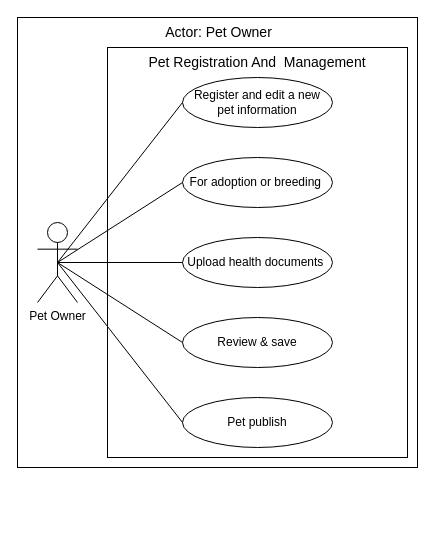
Above: page "Figure-2" (2 of 10) of USE-CASE_Diagram_Franco.drawio in Chels013/Breedr-Diagrams (draw.io), before the change. Source tidied: cells renumbered, new cells numbered last; positions are measured from the earlier drawing's top-left corner, leaving out a move shared by most shapes. Both pictures are drawn from the tidied source at 100%, with x=0, y=0 at pixel (17, 17).
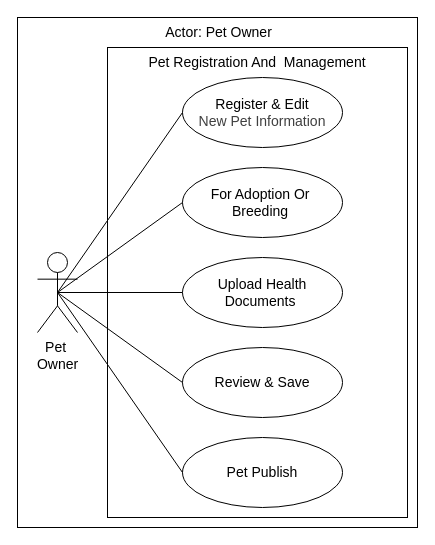
The same page after the edit.

The edit, as a diff of the source:
```diff
@@
 <mxGraphModel>
   <root>
     <mxCell id="0" />
     <mxCell id="1" parent="0" />
     <mxCell id="2" style="rounded=0;whiteSpace=wrap;html=1;" parent="1" vertex="1">
-      <mxGeometry width="400" height="450" as="geometry" />
+      <mxGeometry width="400" height="510" as="geometry" />
     </mxCell>
     <mxCell id="3" style="rounded=0;whiteSpace=wrap;html=1;align=center;verticalAlign=middle;fontFamily=Helvetica;fontSize=12;fontColor=default;fillColor=none;gradientColor=none;" parent="1" vertex="1">
-      <mxGeometry x="90" y="30" width="300" height="410" as="geometry" />
+      <mxGeometry x="90" y="30" width="300" height="470" as="geometry" />
     </mxCell>
     <mxCell id="4" value="Actor: Pet Owner" style="text;html=1;align=center;verticalAlign=middle;whiteSpace=wrap;rounded=0;fontFamily=Helvetica;fontSize=14;fontColor=default;" parent="1" vertex="1">
       <mxGeometry x="20" width="362.5" height="30" as="geometry" />
     </mxCell>
-    <mxCell id="5" value="Pet Owner" style="shape=umlActor;verticalLabelPosition=bottom;verticalAlign=top;html=1;outlineConnect=0;rounded=0;align=center;fontFamily=Helvetica;fontSize=12;fontColor=default;fillColor=none;gradientColor=none;" parent="1" vertex="1">
-      <mxGeometry x="20" y="205" width="40" height="80" as="geometry" />
+    <mxCell id="5" value="&lt;font style=&quot;font-size: 14px;&quot;&gt;Pet&amp;nbsp;&lt;/font&gt;&lt;div&gt;&lt;font style=&quot;font-size: 14px;&quot;&gt;Owner&lt;/font&gt;&lt;/div&gt;" style="shape=umlActor;verticalLabelPosition=bottom;verticalAlign=top;html=1;outlineConnect=0;rounded=0;align=center;fontFamily=Helvetica;fontSize=12;fontColor=default;fillColor=none;gradientColor=none;" parent="1" vertex="1">
+      <mxGeometry x="20" y="235" width="40" height="80" as="geometry" />
     </mxCell>
     <mxCell id="6" value="&lt;span style=&quot;color: rgb(0, 0, 0);&quot;&gt;Pet Registration And&amp;nbsp; Management&lt;/span&gt;" style="text;html=1;align=center;verticalAlign=middle;whiteSpace=wrap;rounded=0;fontFamily=Helvetica;fontSize=14;fontColor=default;" parent="1" vertex="1">
       <mxGeometry x="125" y="30" width="230" height="30" as="geometry" />
     </mxCell>
-    <mxCell id="7" value="Register and edit a new &lt;br&gt;pet information" style="ellipse;whiteSpace=wrap;html=1;rounded=0;align=center;verticalAlign=middle;fontFamily=Helvetica;fontSize=12;fontColor=default;fillColor=none;gradientColor=none;" parent="1" vertex="1">
-      <mxGeometry x="165" y="60" width="150" height="50" as="geometry" />
+    <mxCell id="7" value="&lt;font style=&quot;font-size: 14px;&quot;&gt;Register &amp;amp; Edit&lt;/font&gt;&lt;div&gt;&lt;font style=&quot;font-size: 14px;&quot;&gt;&lt;span style=&quot;color: rgb(63, 63, 63); background-color: transparent;&quot;&gt;New P&lt;/span&gt;&lt;span style=&quot;color: rgb(63, 63, 63); background-color: transparent;&quot;&gt;et Information&lt;/span&gt;&lt;/font&gt;&lt;/div&gt;" style="ellipse;whiteSpace=wrap;html=1;rounded=0;align=center;verticalAlign=middle;fontFamily=Helvetica;fontSize=12;fontColor=default;fillColor=none;gradientColor=none;" parent="1" vertex="1">
+      <mxGeometry x="165" y="60" width="160" height="70" as="geometry" />
     </mxCell>
-    <mxCell id="8" value="For adoption or breeding&amp;nbsp;" style="ellipse;whiteSpace=wrap;html=1;rounded=0;align=center;verticalAlign=middle;fontFamily=Helvetica;fontSize=12;fontColor=default;fillColor=none;gradientColor=none;" parent="1" vertex="1">
-      <mxGeometry x="165" y="140" width="150" height="50" as="geometry" />
+    <mxCell id="8" value="&lt;font style=&quot;font-size: 14px;&quot;&gt;For Adoption Or&amp;nbsp;&lt;/font&gt;&lt;div&gt;&lt;font style=&quot;font-size: 14px;&quot;&gt;Breeding&amp;nbsp;&lt;/font&gt;&lt;/div&gt;" style="ellipse;whiteSpace=wrap;html=1;rounded=0;align=center;verticalAlign=middle;fontFamily=Helvetica;fontSize=12;fontColor=default;fillColor=none;gradientColor=none;" parent="1" vertex="1">
+      <mxGeometry x="165" y="150" width="160" height="70" as="geometry" />
     </mxCell>
-    <mxCell id="9" value="Upload health documents&amp;nbsp;" style="ellipse;whiteSpace=wrap;html=1;rounded=0;align=center;verticalAlign=middle;fontFamily=Helvetica;fontSize=12;fontColor=default;fillColor=none;gradientColor=none;" parent="1" vertex="1">
-      <mxGeometry x="165" y="220" width="150" height="50" as="geometry" />
+    <mxCell id="9" value="&lt;font style=&quot;font-size: 14px;&quot;&gt;Upload Health Documents&amp;nbsp;&lt;/font&gt;" style="ellipse;whiteSpace=wrap;html=1;rounded=0;align=center;verticalAlign=middle;fontFamily=Helvetica;fontSize=12;fontColor=default;fillColor=none;gradientColor=none;" parent="1" vertex="1">
+      <mxGeometry x="165" y="240" width="160" height="70" as="geometry" />
     </mxCell>
     <mxCell id="10" style="endArrow=none;html=1;fontFamily=Helvetica;fontSize=12;fontColor=default;entryX=0;entryY=0.5;entryDx=0;entryDy=0;exitX=0.5;exitY=0.5;exitDx=0;exitDy=0;exitPerimeter=0;" parent="1" edge="1" source="5" target="7">
       <mxGeometry relative="1" as="geometry" />
     </mxCell>
     <mxCell id="11" style="endArrow=none;html=1;fontFamily=Helvetica;fontSize=12;fontColor=default;entryX=0;entryY=0.5;entryDx=0;entryDy=0;exitX=0.5;exitY=0.5;exitDx=0;exitDy=0;exitPerimeter=0;" parent="1" edge="1" source="5" target="8">
       <mxGeometry relative="1" as="geometry" />
     </mxCell>
     <mxCell id="12" style="endArrow=none;html=1;fontFamily=Helvetica;fontSize=12;fontColor=default;entryX=0;entryY=0.5;entryDx=0;entryDy=0;exitX=0.5;exitY=0.5;exitDx=0;exitDy=0;exitPerimeter=0;" parent="1" edge="1" source="5" target="9">
       <mxGeometry relative="1" as="geometry" />
     </mxCell>
-    <mxCell id="13" value="Review &amp;amp; save" style="ellipse;whiteSpace=wrap;html=1;rounded=0;align=center;verticalAlign=middle;fontFamily=Helvetica;fontSize=12;fontColor=default;fillColor=none;gradientColor=none;" parent="1" vertex="1">
-      <mxGeometry x="165" y="300" width="150" height="50" as="geometry" />
+    <mxCell id="13" value="&lt;font style=&quot;font-size: 14px;&quot;&gt;Review &amp;amp; Save&lt;/font&gt;" style="ellipse;whiteSpace=wrap;html=1;rounded=0;align=center;verticalAlign=middle;fontFamily=Helvetica;fontSize=12;fontColor=default;fillColor=none;gradientColor=none;" parent="1" vertex="1">
+      <mxGeometry x="165" y="330" width="160" height="70" as="geometry" />
     </mxCell>
-    <mxCell id="14" value="Pet publish" style="ellipse;whiteSpace=wrap;html=1;rounded=0;align=center;verticalAlign=middle;fontFamily=Helvetica;fontSize=12;fontColor=default;fillColor=none;gradientColor=none;" parent="1" vertex="1">
-      <mxGeometry x="165" y="380" width="150" height="50" as="geometry" />
+    <mxCell id="14" value="&lt;font style=&quot;font-size: 14px;&quot;&gt;Pet Publish&lt;/font&gt;" style="ellipse;whiteSpace=wrap;html=1;rounded=0;align=center;verticalAlign=middle;fontFamily=Helvetica;fontSize=12;fontColor=default;fillColor=none;gradientColor=none;" parent="1" vertex="1">
+      <mxGeometry x="165" y="420" width="160" height="70" as="geometry" />
     </mxCell>
     <mxCell id="15" style="endArrow=none;html=1;fontFamily=Helvetica;fontSize=12;fontColor=default;entryX=0;entryY=0.5;entryDx=0;entryDy=0;exitX=0.5;exitY=0.5;exitDx=0;exitDy=0;exitPerimeter=0;" parent="1" edge="1" source="5" target="14">
       <mxGeometry relative="1" as="geometry" />
     </mxCell>
     <mxCell id="16" style="endArrow=none;html=1;fontFamily=Helvetica;fontSize=12;fontColor=default;entryX=0;entryY=0.5;entryDx=0;entryDy=0;exitX=0.5;exitY=0.5;exitDx=0;exitDy=0;exitPerimeter=0;" parent="1" edge="1" source="5" target="13">
       <mxGeometry relative="1" as="geometry" />
     </mxCell>
   </root>
 </mxGraphModel>
```
